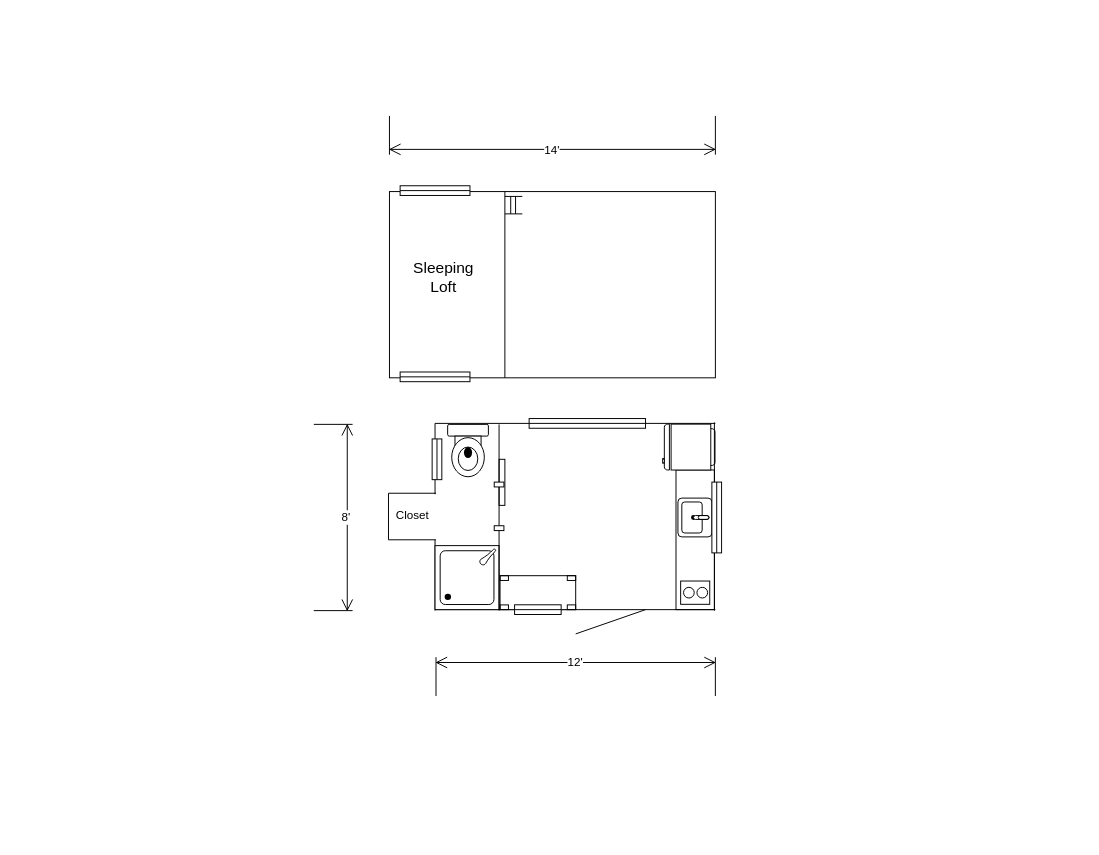
This is Santa Fe.drawio from dpolaristar/drawio, a draw.io file, before an edit. Source tidied: cells renumbered, new cells numbered last; positions are measured from the earlier drawing's top-left corner, leaving out a move shared by most shapes. Both pictures are drawn from the tidied source at 97%, with x=0, y=0 at pixel (313, 115).
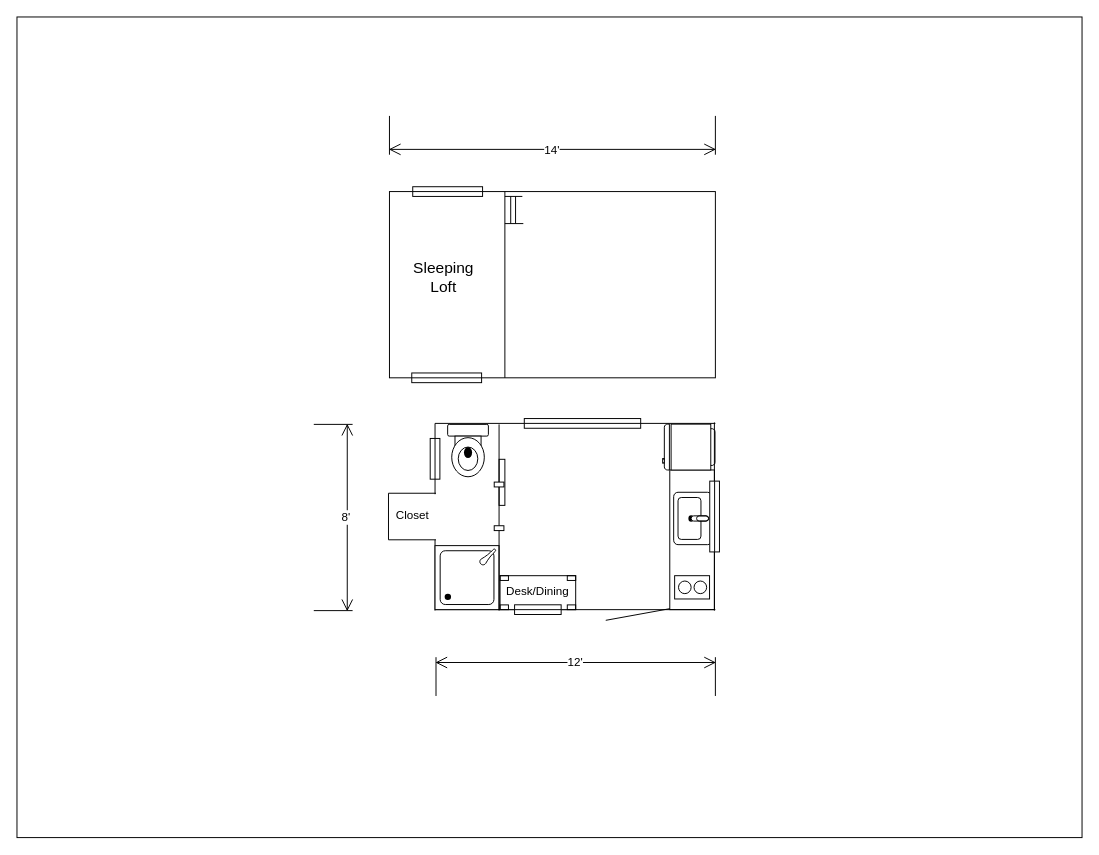
After the change.

Unchanged cells that the change refers to:
```xml
<mxCell id="7" style="line;strokeWidth=1;html=1;" parent="1" vertex="1">
  <mxGeometry x="126" y="504" width="288" height="10" as="geometry" />
</mxCell>
```

The edit, as a diff of the source:
```diff
@@
+    <mxCell id="40" style="rounded=0;whiteSpace=wrap;html=1;strokeWidth=1;" parent="1" vertex="1">
+      <mxGeometry x="-306" y="-102" width="1098" height="846" as="geometry" />
+    </mxCell>
@@
     <mxCell id="3" style="rounded=0;whiteSpace=wrap;html=1;strokeWidth=1;direction=south;" parent="1" vertex="1">
-      <mxGeometry x="373.4" y="365" width="39.6" height="144" as="geometry" />
+      <mxGeometry x="367" y="365" width="46" height="144" as="geometry" />
     </mxCell>
@@
     <mxCell id="19" style="verticalLabelPosition=bottom;html=1;verticalAlign=top;align=center;shape=mxgraph.floorplan.window;strokeWidth=1;" parent="1" vertex="1">
-      <mxGeometry x="222" y="312" width="120" height="10" as="geometry" />
+      <mxGeometry x="217" y="312" width="120" height="10" as="geometry" />
     </mxCell>
@@
     <mxCell id="21" style="verticalLabelPosition=bottom;html=1;verticalAlign=top;align=center;shape=mxgraph.floorplan.sink_2;strokeWidth=1;direction=south;" parent="1" vertex="1">
-      <mxGeometry x="375.4" y="394" width="35" height="40" as="geometry" />
+      <mxGeometry x="371" y="388" width="39.4" height="54" as="geometry" />
     </mxCell>
     <mxCell id="22" style="verticalLabelPosition=bottom;html=1;verticalAlign=top;align=center;shape=mxgraph.floorplan.window;strokeWidth=1;direction=south;" parent="1" vertex="1">
-      <mxGeometry x="410.4" y="377.5" width="10" height="73" as="geometry" />
+      <mxGeometry x="408.2" y="376.5" width="10" height="73" as="geometry" />
     </mxCell>
     <mxCell id="23" style="rounded=0;whiteSpace=wrap;html=1;strokeWidth=1;" parent="1" vertex="1">
-      <mxGeometry x="378.2" y="479.5" width="30" height="24" as="geometry" />
+      <mxGeometry x="372" y="474" width="36" height="24" as="geometry" />
     </mxCell>
     <mxCell id="24" style="ellipse;whiteSpace=wrap;html=1;strokeWidth=1;" parent="1" vertex="1">
-      <mxGeometry x="381.2" y="486" width="11" height="11" as="geometry" />
+      <mxGeometry x="376" y="479.5" width="13" height="13" as="geometry" />
     </mxCell>
     <mxCell id="25" style="ellipse;whiteSpace=wrap;html=1;strokeWidth=1;" parent="1" vertex="1">
-      <mxGeometry x="395" y="486" width="11" height="11" as="geometry" />
+      <mxGeometry x="392" y="479.5" width="13" height="13" as="geometry" />
     </mxCell>
-    <mxCell id="26" style="endArrow=none;html=1;entryX=0.75;entryY=0.5;entryDx=0;entryDy=0;entryPerimeter=0;" parent="1" edge="1" target="7">
+    <mxCell id="26" style="endArrow=none;html=1;entryX=0.837;entryY=0.4;entryDx=0;entryDy=0;entryPerimeter=0;" parent="1" edge="1" target="7">
       <mxGeometry relative="1" as="geometry">
-        <mxPoint x="270" y="534" as="sourcePoint" />
+        <mxPoint x="301" y="520" as="sourcePoint" />
       </mxGeometry>
     </mxCell>
@@
     <mxCell id="29" style="verticalLabelPosition=bottom;html=1;verticalAlign=top;align=center;shape=mxgraph.floorplan.window;strokeWidth=1;" parent="1" vertex="1">
-      <mxGeometry x="89" y="72" width="72" height="10" as="geometry" />
+      <mxGeometry x="102" y="73" width="72" height="10" as="geometry" />
     </mxCell>
     <mxCell id="30" style="verticalLabelPosition=bottom;html=1;verticalAlign=top;align=center;shape=mxgraph.floorplan.window;strokeWidth=1;" parent="1" vertex="1">
-      <mxGeometry x="89" y="264" width="72" height="10" as="geometry" />
+      <mxGeometry x="101" y="265" width="72" height="10" as="geometry" />
     </mxCell>
@@
     <mxCell id="32" style="line;strokeWidth=1;html=1;" parent="1" vertex="1">
-      <mxGeometry x="197" y="96" width="18" height="10" as="geometry" />
+      <mxGeometry x="197" y="106" width="19" height="10" as="geometry" />
     </mxCell>
     <mxCell id="33" style="verticalLabelPosition=bottom;html=1;verticalAlign=top;align=center;shape=mxgraph.floorplan.window;strokeWidth=1;direction=south;" parent="1" vertex="1">
-      <mxGeometry x="122" y="333" width="10" height="42" as="geometry" />
+      <mxGeometry x="120" y="332.5" width="10" height="42" as="geometry" />
     </mxCell>
     <mxCell id="34" style="line;strokeWidth=1;direction=south;html=1;" parent="1" vertex="1">
-      <mxGeometry x="151" y="83" width="114" height="18" as="geometry" />
+      <mxGeometry x="151" y="83" width="114" height="28" as="geometry" />
     </mxCell>
     <mxCell id="35" style="line;strokeWidth=1;direction=south;html=1;" parent="1" vertex="1">
-      <mxGeometry x="198" y="83" width="10" height="18" as="geometry" />
+      <mxGeometry x="198" y="83" width="10" height="28" as="geometry" />
     </mxCell>
@@
+    <mxCell id="41" value="Desk/Dining" style="text;html=1;strokeColor=none;fillColor=none;align=center;verticalAlign=middle;whiteSpace=wrap;rounded=0;" parent="1" vertex="1">
+      <mxGeometry x="211" y="480" width="40" height="20" as="geometry" />
+    </mxCell>
```
